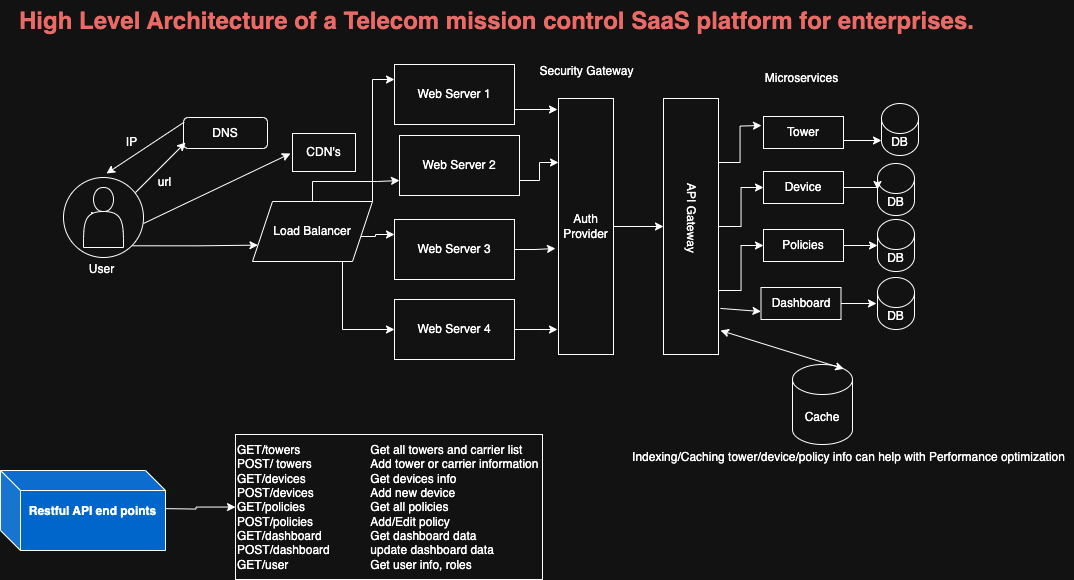
Mahithas/telecom keeps this draw.io diagram as Telecom-High level Architecture.drawio.png. Above is the earlier version. Source tidied: cells renumbered, new cells last; positions are measured from the earlier drawing's top-left corner, leaving out a move shared by most shapes. Source of this version:
```xml
<mxGraphModel>
  <root>
    <mxCell id="0" />
    <mxCell id="1" parent="0" />
    <mxCell id="2" style="edgeStyle=orthogonalEdgeStyle;rounded=0;jettySize=auto;html=1;exitX=1;exitY=1;exitDx=0;exitDy=0;entryX=0;entryY=0.75;entryDx=0;entryDy=0;" parent="1" edge="1" source="3" target="16">
      <mxGeometry relative="1" as="geometry" />
    </mxCell>
    <mxCell id="3" value="User" style="ellipse;whiteSpace=wrap;html=1;" parent="1" vertex="1">
      <mxGeometry x="63" y="177" width="80" height="80" as="geometry" />
    </mxCell>
    <mxCell id="4" value="&lt;h1 style=&quot;margin-top: 0px;&quot;&gt;&lt;font style=&quot;color: light-dark(rgb(0, 0, 0), rgb(234, 107, 102));&quot;&gt;High Level Architecture of a Telecom mission control SaaS platform for enterprises.&lt;/font&gt;&lt;/h1&gt;" style="text;html=1;whiteSpace=wrap;overflow=hidden;rounded=0;" parent="1" vertex="1">
      <mxGeometry x="17" width="1027" height="60" as="geometry" />
    </mxCell>
    <mxCell id="5" value="DNS" style="rounded=1;whiteSpace=wrap;html=1;" parent="1" vertex="1">
      <mxGeometry x="183" y="117" width="84" height="31" as="geometry" />
    </mxCell>
    <mxCell id="6" style="endArrow=classic;html=1;rounded=0;exitX=0.008;exitY=0.15;exitDx=0;exitDy=0;exitPerimeter=0;" parent="1" edge="1" source="5">
      <mxGeometry relative="1" as="geometry">
        <mxPoint x="106" y="173" as="targetPoint" />
      </mxGeometry>
    </mxCell>
    <mxCell id="7" style="endArrow=classic;html=1;rounded=0;" parent="1" edge="1">
      <mxGeometry relative="1" as="geometry">
        <mxPoint x="135" y="192" as="sourcePoint" />
        <mxPoint x="185" y="142" as="targetPoint" />
      </mxGeometry>
    </mxCell>
    <mxCell id="8" value="IP" style="text;html=1;align=center;verticalAlign=middle;strokeColor=none;fillColor=none;" parent="1" vertex="1">
      <mxGeometry x="117" y="129" width="29" height="26" as="geometry" />
    </mxCell>
    <mxCell id="9" value="url" style="text;html=1;align=center;verticalAlign=middle;strokeColor=none;fillColor=none;" parent="1" vertex="1">
      <mxGeometry x="148" y="169" width="31" height="26" as="geometry" />
    </mxCell>
    <mxCell id="10" value="CDN's" style="rounded=0;whiteSpace=wrap;html=1;" parent="1" vertex="1">
      <mxGeometry x="292" y="133" width="63" height="38" as="geometry" />
    </mxCell>
    <mxCell id="11" style="endArrow=classic;html=1;rounded=0;" parent="1" edge="1">
      <mxGeometry relative="1" as="geometry">
        <mxPoint x="143" y="223" as="sourcePoint" />
        <mxPoint x="290" y="153" as="targetPoint" />
      </mxGeometry>
    </mxCell>
    <mxCell id="12" style="edgeStyle=orthogonalEdgeStyle;rounded=0;jettySize=auto;html=1;exitX=1;exitY=0.5;exitDx=0;exitDy=0;entryX=0;entryY=0.25;entryDx=0;entryDy=0;" parent="1" edge="1" source="16" target="20">
      <mxGeometry relative="1" as="geometry">
        <Array as="points">
          <mxPoint x="358" y="231" />
          <mxPoint x="358" y="236" />
          <mxPoint x="375" y="236" />
          <mxPoint x="375" y="234" />
        </Array>
      </mxGeometry>
    </mxCell>
    <mxCell id="13" style="edgeStyle=orthogonalEdgeStyle;rounded=0;jettySize=auto;html=1;exitX=1;exitY=0;exitDx=0;exitDy=0;entryX=0;entryY=0.25;entryDx=0;entryDy=0;" parent="1" edge="1" source="16" target="24">
      <mxGeometry relative="1" as="geometry" />
    </mxCell>
    <mxCell id="14" style="edgeStyle=orthogonalEdgeStyle;rounded=0;jettySize=auto;html=1;exitX=0.5;exitY=0;exitDx=0;exitDy=0;entryX=0;entryY=0.75;entryDx=0;entryDy=0;" parent="1" edge="1" source="16" target="18">
      <mxGeometry relative="1" as="geometry">
        <Array as="points">
          <mxPoint x="312" y="181" />
          <mxPoint x="377" y="181" />
          <mxPoint x="377" y="180" />
        </Array>
      </mxGeometry>
    </mxCell>
    <mxCell id="15" style="edgeStyle=orthogonalEdgeStyle;rounded=0;jettySize=auto;html=1;exitX=0.75;exitY=1;exitDx=0;exitDy=0;entryX=0;entryY=0.5;entryDx=0;entryDy=0;" parent="1" edge="1" source="16" target="22">
      <mxGeometry relative="1" as="geometry" />
    </mxCell>
    <mxCell id="16" value="Load Balancer" style="shape=parallelogram;perimeter=parallelogramPerimeter;whiteSpace=wrap;html=1;fixedSize=1;" parent="1" vertex="1">
      <mxGeometry x="252" y="201" width="120" height="60" as="geometry" />
    </mxCell>
    <mxCell id="17" style="edgeStyle=orthogonalEdgeStyle;rounded=0;jettySize=auto;html=1;exitX=1;exitY=0.75;exitDx=0;exitDy=0;entryX=0.25;entryY=1;entryDx=0;entryDy=0;" parent="1" edge="1" source="18" target="26">
      <mxGeometry relative="1" as="geometry" />
    </mxCell>
    <mxCell id="18" value="Web Server 2" style="rounded=0;whiteSpace=wrap;html=1;" parent="1" vertex="1">
      <mxGeometry x="399" y="135" width="120" height="60" as="geometry" />
    </mxCell>
    <mxCell id="19" style="edgeStyle=orthogonalEdgeStyle;rounded=0;jettySize=auto;html=1;exitX=1;exitY=0.5;exitDx=0;exitDy=0;" parent="1" edge="1" source="20">
      <mxGeometry relative="1" as="geometry">
        <mxPoint x="555" y="248" as="targetPoint" />
      </mxGeometry>
    </mxCell>
    <mxCell id="20" value="Web Server 3" style="rounded=0;whiteSpace=wrap;html=1;" parent="1" vertex="1">
      <mxGeometry x="394" y="219" width="120" height="60" as="geometry" />
    </mxCell>
    <mxCell id="21" style="edgeStyle=orthogonalEdgeStyle;rounded=0;jettySize=auto;html=1;exitX=1;exitY=0.5;exitDx=0;exitDy=0;" parent="1" edge="1" source="22">
      <mxGeometry relative="1" as="geometry">
        <mxPoint x="557" y="329" as="targetPoint" />
      </mxGeometry>
    </mxCell>
    <mxCell id="22" value="Web Server 4" style="rounded=0;whiteSpace=wrap;html=1;" parent="1" vertex="1">
      <mxGeometry x="394" y="299" width="120" height="60" as="geometry" />
    </mxCell>
    <mxCell id="23" style="edgeStyle=orthogonalEdgeStyle;rounded=0;jettySize=auto;html=1;exitX=1;exitY=0.75;exitDx=0;exitDy=0;" parent="1" edge="1" source="24">
      <mxGeometry relative="1" as="geometry">
        <mxPoint x="557" y="109" as="targetPoint" />
      </mxGeometry>
    </mxCell>
    <mxCell id="24" value="Web Server 1" style="rounded=0;whiteSpace=wrap;html=1;" parent="1" vertex="1">
      <mxGeometry x="394" y="64" width="120" height="60" as="geometry" />
    </mxCell>
    <mxCell id="25" style="edgeStyle=orthogonalEdgeStyle;rounded=0;jettySize=auto;html=1;exitX=0.5;exitY=0;exitDx=0;exitDy=0;entryX=0.5;entryY=1;entryDx=0;entryDy=0;" parent="1" edge="1" source="26" target="31">
      <mxGeometry relative="1" as="geometry" />
    </mxCell>
    <mxCell id="26" value="Auth Provider" style="whiteSpace=wrap;html=1;direction=south;" parent="1" vertex="1">
      <mxGeometry x="558" y="98" width="55" height="256" as="geometry" />
    </mxCell>
    <mxCell id="27" value="Security Gateway" style="text;html=1;align=center;verticalAlign=middle;strokeColor=none;fillColor=none;" parent="1" vertex="1">
      <mxGeometry x="529.5" y="58" width="112" height="26" as="geometry" />
    </mxCell>
    <mxCell id="28" style="edgeStyle=orthogonalEdgeStyle;rounded=0;jettySize=auto;html=1;exitX=0.25;exitY=0;exitDx=0;exitDy=0;" parent="1" edge="1" source="31">
      <mxGeometry relative="1" as="geometry">
        <mxPoint x="761" y="125" as="targetPoint" />
      </mxGeometry>
    </mxCell>
    <mxCell id="29" style="edgeStyle=orthogonalEdgeStyle;rounded=0;jettySize=auto;html=1;exitX=0.5;exitY=0;exitDx=0;exitDy=0;entryX=0;entryY=0.5;entryDx=0;entryDy=0;" parent="1" edge="1" source="31" target="36">
      <mxGeometry relative="1" as="geometry" />
    </mxCell>
    <mxCell id="30" style="edgeStyle=orthogonalEdgeStyle;rounded=0;jettySize=auto;html=1;exitX=0.75;exitY=0;exitDx=0;exitDy=0;entryX=0;entryY=0.5;entryDx=0;entryDy=0;" parent="1" edge="1" source="31" target="37">
      <mxGeometry relative="1" as="geometry" />
    </mxCell>
    <mxCell id="31" style="whiteSpace=wrap;html=1;direction=south;" parent="1" vertex="1">
      <mxGeometry x="663" y="98" width="55" height="256" as="geometry" />
    </mxCell>
    <mxCell id="32" value="API Gateway" style="text;html=1;align=center;verticalAlign=middle;strokeColor=none;fillColor=none;rotation=90;" parent="1" vertex="1">
      <mxGeometry x="646.5" y="204" width="88" height="26" as="geometry" />
    </mxCell>
    <mxCell id="33" value="Microservices" style="text;html=1;align=center;verticalAlign=middle;strokeColor=none;fillColor=none;" parent="1" vertex="1">
      <mxGeometry x="755" y="65" width="91" height="26" as="geometry" />
    </mxCell>
    <mxCell id="34" style="edgeStyle=orthogonalEdgeStyle;rounded=0;jettySize=auto;html=1;exitX=1;exitY=0.75;exitDx=0;exitDy=0;" parent="1" edge="1" source="35">
      <mxGeometry relative="1" as="geometry">
        <mxPoint x="881" y="140" as="targetPoint" />
      </mxGeometry>
    </mxCell>
    <mxCell id="35" value="Tower" style="whiteSpace=wrap;html=1;" parent="1" vertex="1">
      <mxGeometry x="763" y="116" width="80" height="32" as="geometry" />
    </mxCell>
    <mxCell id="36" value="Device" style="whiteSpace=wrap;html=1;" parent="1" vertex="1">
      <mxGeometry x="763" y="171" width="80" height="32" as="geometry" />
    </mxCell>
    <mxCell id="37" value="Policies" style="whiteSpace=wrap;html=1;" parent="1" vertex="1">
      <mxGeometry x="763" y="229" width="80" height="32" as="geometry" />
    </mxCell>
    <mxCell id="38" style="edgeStyle=orthogonalEdgeStyle;rounded=0;jettySize=auto;html=1;exitX=1;exitY=0.5;exitDx=0;exitDy=0;" parent="1" edge="1" source="39">
      <mxGeometry relative="1" as="geometry">
        <mxPoint x="876" y="303" as="targetPoint" />
      </mxGeometry>
    </mxCell>
    <mxCell id="39" value="Dashboard" style="whiteSpace=wrap;html=1;" parent="1" vertex="1">
      <mxGeometry x="760.5" y="287" width="80" height="32" as="geometry" />
    </mxCell>
    <mxCell id="40" value="DB" style="shape=cylinder3;whiteSpace=wrap;html=1;boundedLbl=1;backgroundOutline=1;size=15;" parent="1" vertex="1">
      <mxGeometry x="881" y="103" width="37" height="52" as="geometry" />
    </mxCell>
    <mxCell id="41" value="DB" style="shape=cylinder3;whiteSpace=wrap;html=1;boundedLbl=1;backgroundOutline=1;size=15;" parent="1" vertex="1">
      <mxGeometry x="877" y="219" width="37" height="52" as="geometry" />
    </mxCell>
    <mxCell id="42" value="DB" style="shape=cylinder3;whiteSpace=wrap;html=1;boundedLbl=1;backgroundOutline=1;size=15;" parent="1" vertex="1">
      <mxGeometry x="877" y="163" width="37" height="52" as="geometry" />
    </mxCell>
    <mxCell id="43" value="DB" style="shape=cylinder3;whiteSpace=wrap;html=1;boundedLbl=1;backgroundOutline=1;size=15;" parent="1" vertex="1">
      <mxGeometry x="877" y="277" width="37" height="52" as="geometry" />
    </mxCell>
    <mxCell id="44" style="edgeStyle=orthogonalEdgeStyle;rounded=0;jettySize=auto;html=1;exitX=1;exitY=0.5;exitDx=0;exitDy=0;entryX=0;entryY=0.5;entryDx=0;entryDy=0;entryPerimeter=0;" parent="1" edge="1" source="36" target="42">
      <mxGeometry relative="1" as="geometry" />
    </mxCell>
    <mxCell id="45" style="edgeStyle=orthogonalEdgeStyle;rounded=0;jettySize=auto;html=1;exitX=1;exitY=0.5;exitDx=0;exitDy=0;entryX=0;entryY=0.5;entryDx=0;entryDy=0;entryPerimeter=0;" parent="1" edge="1" source="37" target="41">
      <mxGeometry relative="1" as="geometry" />
    </mxCell>
    <mxCell id="46" style="endArrow=classic;html=1;rounded=0;exitX=0.82;exitY=-0.036;exitDx=0;exitDy=0;exitPerimeter=0;entryX=0;entryY=0.75;entryDx=0;entryDy=0;" parent="1" edge="1" source="31" target="39">
      <mxGeometry relative="1" as="geometry" />
    </mxCell>
    <mxCell id="47" value="Cache" style="shape=cylinder3;whiteSpace=wrap;html=1;boundedLbl=1;backgroundOutline=1;size=15;" parent="1" vertex="1">
      <mxGeometry x="792" y="364" width="60" height="80" as="geometry" />
    </mxCell>
    <mxCell id="48" style="edgeStyle=orthogonalEdgeStyle;rounded=0;jettySize=auto;html=1;" parent="1" edge="1" target="49">
      <mxGeometry relative="1" as="geometry">
        <mxPoint x="155" y="508" as="sourcePoint" />
      </mxGeometry>
    </mxCell>
    <mxCell id="49" value="&lt;div&gt;GET/towers&lt;span style=&quot;white-space:pre&quot;&gt;&#9;&lt;/span&gt;&amp;nbsp; &amp;nbsp; &amp;nbsp; &amp;nbsp;&amp;nbsp; &amp;nbsp; &amp;nbsp; &amp;nbsp; &amp;nbsp;Get all towers and carrier list&lt;/div&gt;&lt;div&gt;POST/ towers&lt;span style=&quot;white-space: pre;&quot;&gt;&#9;&lt;/span&gt;&lt;span style=&quot;white-space: pre;&quot;&gt;&#9;&lt;/span&gt;&lt;span style=&quot;white-space: pre;&quot;&gt;&#9;&lt;/span&gt;Add tower or carrier information&lt;/div&gt;&lt;div&gt;GET/devices&lt;span style=&quot;white-space:pre&quot;&gt;&#9;&lt;/span&gt;&amp;nbsp; &amp;nbsp; &amp;nbsp; &amp;nbsp;&lt;span style=&quot;white-space:pre&quot;&gt;&#9;&lt;/span&gt;&amp;nbsp; &amp;nbsp; &amp;nbsp; &amp;nbsp; Get devices info&lt;/div&gt;&lt;div&gt;POST/devices&lt;span style=&quot;white-space:pre&quot;&gt;&#9;&lt;/span&gt;&amp;nbsp; &amp;nbsp; &amp;nbsp; &amp;nbsp; &amp;nbsp;&amp;nbsp;&lt;span style=&quot;white-space:pre&quot;&gt;&#9;&lt;/span&gt;Add new device&lt;/div&gt;&lt;div&gt;GET/policies&lt;span style=&quot;white-space:pre&quot;&gt;&#9;&lt;/span&gt;&amp;nbsp; &amp;nbsp; &amp;nbsp; &amp;nbsp;&amp;nbsp;&lt;span style=&quot;white-space:pre&quot;&gt;&#9;&lt;/span&gt;Get all&amp;nbsp;policies&lt;/div&gt;&lt;div&gt;POST/policies&lt;span style=&quot;white-space:pre&quot;&gt;&#9;&lt;/span&gt;&amp;nbsp; &amp;nbsp; &amp;nbsp; &amp;nbsp;&lt;span style=&quot;white-space: pre;&quot;&gt;&#9;&lt;/span&gt;&lt;span style=&quot;white-space:pre&quot;&gt;&#9;&lt;/span&gt;Add/Edit policy&lt;/div&gt;&lt;div&gt;GET/dashboard&amp;nbsp;&lt;span style=&quot;white-space:pre&quot;&gt;&#9;&lt;span style=&quot;white-space: pre;&quot;&gt;&#9;&lt;/span&gt;&lt;/span&gt;Get dashboard data&amp;nbsp;&lt;/div&gt;&lt;div&gt;POST/dashboard&amp;nbsp;&lt;span style=&quot;white-space: pre;&quot;&gt;&#9;&lt;span style=&quot;white-space: pre;&quot;&gt;&#9;&lt;/span&gt;&lt;/span&gt;update dashboard data&amp;nbsp;&lt;/div&gt;&lt;div&gt;GET/user&amp;nbsp;&lt;span style=&quot;white-space: pre;&quot;&gt;&#9;&lt;/span&gt;&lt;span style=&quot;white-space: pre;&quot;&gt;&#9;&lt;/span&gt;&lt;span style=&quot;white-space: pre;&quot;&gt;&#9;&lt;/span&gt;Get user info, roles&lt;/div&gt;" style="whiteSpace=wrap;html=1;direction=south;align=left;" parent="1" vertex="1">
      <mxGeometry x="235" y="434" width="307" height="145" as="geometry" />
    </mxCell>
    <mxCell id="50" style="shape=cube;whiteSpace=wrap;html=1;boundedLbl=1;backgroundOutline=1;darkOpacity=0.05;darkOpacity2=0.1;fillColor=light-dark(#FFFFFF,#0066CC);" parent="1" vertex="1">
      <mxGeometry y="470" width="165" height="80" as="geometry" />
    </mxCell>
    <mxCell id="51" value="&lt;b&gt;Restful API end points&lt;/b&gt;" style="text;html=1;align=center;verticalAlign=middle;strokeColor=none;fillColor=none;" parent="1" vertex="1">
      <mxGeometry x="19" y="498" width="146" height="26" as="geometry" />
    </mxCell>
    <mxCell id="52" value="Indexing/Caching tower/device/policy info can help with Performance optimization" style="text;html=1;align=center;verticalAlign=middle;strokeColor=none;fillColor=none;" parent="1" vertex="1">
      <mxGeometry x="622" y="444" width="451" height="26" as="geometry" />
    </mxCell>
    <mxCell id="53" style="endArrow=classic;startArrow=classic;html=1;rounded=0;exitX=0.855;exitY=0;exitDx=0;exitDy=4.35;exitPerimeter=0;" parent="1" edge="1" source="47">
      <mxGeometry relative="1" as="geometry">
        <mxPoint x="720" y="330" as="targetPoint" />
      </mxGeometry>
    </mxCell>
    <mxCell id="54" style="shape=actor;whiteSpace=wrap;html=1;" parent="1" vertex="1">
      <mxGeometry x="83" y="187" width="40" height="60" as="geometry" />
    </mxCell>
    <mxCell id="55" value="User" style="text;html=1;align=center;verticalAlign=middle;strokeColor=none;fillColor=none;" parent="1" vertex="1">
      <mxGeometry x="80" y="256" width="43" height="26" as="geometry" />
    </mxCell>
  </root>
</mxGraphModel>
```
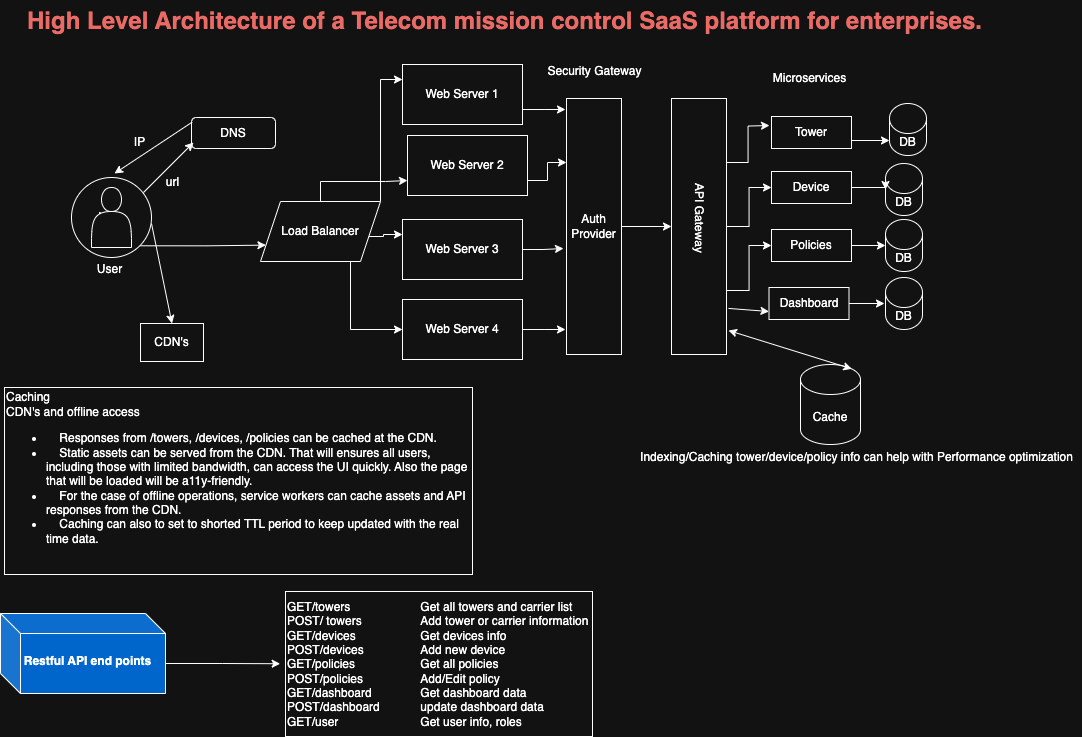
The same file after the commit.

What changed in the source:
```diff
@@ -32,12 +32,11 @@
       <mxGeometry x="148" y="169" width="31" height="26" as="geometry" />
     </mxCell>
     <mxCell id="10" value="CDN's" style="rounded=0;whiteSpace=wrap;html=1;" parent="1" vertex="1">
-      <mxGeometry x="292" y="133" width="63" height="38" as="geometry" />
+      <mxGeometry x="132" y="323" width="63" height="38" as="geometry" />
     </mxCell>
-    <mxCell id="11" style="endArrow=classic;html=1;rounded=0;" parent="1" edge="1">
+    <mxCell id="11" style="endArrow=classic;html=1;rounded=0;entryX=0.5;entryY=0;entryDx=0;entryDy=0;" parent="1" edge="1" target="10">
       <mxGeometry relative="1" as="geometry">
         <mxPoint x="143" y="223" as="sourcePoint" />
-        <mxPoint x="290" y="153" as="targetPoint" />
       </mxGeometry>
     </mxCell>
     <mxCell id="12" style="edgeStyle=orthogonalEdgeStyle;rounded=0;jettySize=auto;html=1;exitX=1;exitY=0.5;exitDx=0;exitDy=0;entryX=0;entryY=0.25;entryDx=0;entryDy=0;" parent="1" edge="1" source="16" target="20">
@@ -173,19 +172,19 @@
     <mxCell id="47" value="Cache" style="shape=cylinder3;whiteSpace=wrap;html=1;boundedLbl=1;backgroundOutline=1;size=15;" parent="1" vertex="1">
       <mxGeometry x="792" y="364" width="60" height="80" as="geometry" />
     </mxCell>
-    <mxCell id="48" style="edgeStyle=orthogonalEdgeStyle;rounded=0;jettySize=auto;html=1;" parent="1" edge="1" target="49">
-      <mxGeometry relative="1" as="geometry">
-        <mxPoint x="155" y="508" as="sourcePoint" />
-      </mxGeometry>
-    </mxCell>
     <mxCell id="49" value="&lt;div&gt;GET/towers&lt;span style=&quot;white-space:pre&quot;&gt;&#9;&lt;/span&gt;&amp;nbsp; &amp;nbsp; &amp;nbsp; &amp;nbsp;&amp;nbsp; &amp;nbsp; &amp;nbsp; &amp;nbsp; &amp;nbsp;Get all towers and carrier list&lt;/div&gt;&lt;div&gt;POST/ towers&lt;span style=&quot;white-space: pre;&quot;&gt;&#9;&lt;/span&gt;&lt;span style=&quot;white-space: pre;&quot;&gt;&#9;&lt;/span&gt;&lt;span style=&quot;white-space: pre;&quot;&gt;&#9;&lt;/span&gt;Add tower or carrier information&lt;/div&gt;&lt;div&gt;GET/devices&lt;span style=&quot;white-space:pre&quot;&gt;&#9;&lt;/span&gt;&amp;nbsp; &amp;nbsp; &amp;nbsp; &amp;nbsp;&lt;span style=&quot;white-space:pre&quot;&gt;&#9;&lt;/span&gt;&amp;nbsp; &amp;nbsp; &amp;nbsp; &amp;nbsp; Get devices info&lt;/div&gt;&lt;div&gt;POST/devices&lt;span style=&quot;white-space:pre&quot;&gt;&#9;&lt;/span&gt;&amp;nbsp; &amp;nbsp; &amp;nbsp; &amp;nbsp; &amp;nbsp;&amp;nbsp;&lt;span style=&quot;white-space:pre&quot;&gt;&#9;&lt;/span&gt;Add new device&lt;/div&gt;&lt;div&gt;GET/policies&lt;span style=&quot;white-space:pre&quot;&gt;&#9;&lt;/span&gt;&amp;nbsp; &amp;nbsp; &amp;nbsp; &amp;nbsp;&amp;nbsp;&lt;span style=&quot;white-space:pre&quot;&gt;&#9;&lt;/span&gt;Get all&amp;nbsp;policies&lt;/div&gt;&lt;div&gt;POST/policies&lt;span style=&quot;white-space:pre&quot;&gt;&#9;&lt;/span&gt;&amp;nbsp; &amp;nbsp; &amp;nbsp; &amp;nbsp;&lt;span style=&quot;white-space: pre;&quot;&gt;&#9;&lt;/span&gt;&lt;span style=&quot;white-space:pre&quot;&gt;&#9;&lt;/span&gt;Add/Edit policy&lt;/div&gt;&lt;div&gt;GET/dashboard&amp;nbsp;&lt;span style=&quot;white-space:pre&quot;&gt;&#9;&lt;span style=&quot;white-space: pre;&quot;&gt;&#9;&lt;/span&gt;&lt;/span&gt;Get dashboard data&amp;nbsp;&lt;/div&gt;&lt;div&gt;POST/dashboard&amp;nbsp;&lt;span style=&quot;white-space: pre;&quot;&gt;&#9;&lt;span style=&quot;white-space: pre;&quot;&gt;&#9;&lt;/span&gt;&lt;/span&gt;update dashboard data&amp;nbsp;&lt;/div&gt;&lt;div&gt;GET/user&amp;nbsp;&lt;span style=&quot;white-space: pre;&quot;&gt;&#9;&lt;/span&gt;&lt;span style=&quot;white-space: pre;&quot;&gt;&#9;&lt;/span&gt;&lt;span style=&quot;white-space: pre;&quot;&gt;&#9;&lt;/span&gt;Get user info, roles&lt;/div&gt;" style="whiteSpace=wrap;html=1;direction=south;align=left;" parent="1" vertex="1">
-      <mxGeometry x="235" y="434" width="307" height="145" as="geometry" />
+      <mxGeometry x="277" y="591" width="307" height="145" as="geometry" />
     </mxCell>
+    <mxCell id="56" style="edgeStyle=orthogonalEdgeStyle;rounded=0;jettySize=auto;html=1;exitX=0;exitY=0;exitDx=165;exitDy=50;exitPerimeter=0;" parent="1" edge="1" source="50">
+      <mxGeometry relative="1" as="geometry">
+        <mxPoint x="271.7" y="663.2" as="targetPoint" />
+      </mxGeometry>
+    </mxCell>
     <mxCell id="50" style="shape=cube;whiteSpace=wrap;html=1;boundedLbl=1;backgroundOutline=1;darkOpacity=0.05;darkOpacity2=0.1;fillColor=light-dark(#FFFFFF,#0066CC);" parent="1" vertex="1">
-      <mxGeometry y="470" width="165" height="80" as="geometry" />
+      <mxGeometry x="-8" y="613" width="165" height="80" as="geometry" />
     </mxCell>
     <mxCell id="51" value="&lt;b&gt;Restful API end points&lt;/b&gt;" style="text;html=1;align=center;verticalAlign=middle;strokeColor=none;fillColor=none;" parent="1" vertex="1">
-      <mxGeometry x="19" y="498" width="146" height="26" as="geometry" />
+      <mxGeometry x="6" y="648" width="146" height="26" as="geometry" />
     </mxCell>
     <mxCell id="52" value="Indexing/Caching tower/device/policy info can help with Performance optimization" style="text;html=1;align=center;verticalAlign=middle;strokeColor=none;fillColor=none;" parent="1" vertex="1">
       <mxGeometry x="622" y="444" width="451" height="26" as="geometry" />
@@ -201,5 +200,8 @@
     <mxCell id="55" value="User" style="text;html=1;align=center;verticalAlign=middle;strokeColor=none;fillColor=none;" parent="1" vertex="1">
       <mxGeometry x="80" y="256" width="43" height="26" as="geometry" />
     </mxCell>
+    <mxCell id="57" value="&lt;div&gt;Caching&amp;nbsp;&lt;/div&gt;&lt;div&gt;CDN's and offline access&lt;/div&gt;&lt;div&gt;&lt;ul&gt;&lt;li&gt;&amp;nbsp; &amp;nbsp; Responses from /towers, /devices, /policies can be cached at the CDN.&lt;/li&gt;&lt;li&gt;&amp;nbsp; &amp;nbsp; Static assets can be served from the CDN. That will ensures all users, including those with limited bandwidth, can access the UI quickly. Also the page that will be loaded will be a11y-friendly.&lt;/li&gt;&lt;li&gt;&amp;nbsp; &amp;nbsp; For the case of offline operations, service workers can cache assets and API responses from the CDN.&lt;/li&gt;&lt;li&gt;&amp;nbsp; &amp;nbsp; Caching can also to set to shorted TTL period to keep updated with the real time data.&lt;/li&gt;&lt;/ul&gt;&lt;/div&gt;&lt;div&gt;&lt;br&gt;&lt;/div&gt;" style="whiteSpace=wrap;html=1;align=left;" parent="1" vertex="1">
+      <mxGeometry x="-4" y="387" width="468" height="187" as="geometry" />
+    </mxCell>
   </root>
 </mxGraphModel>
```
